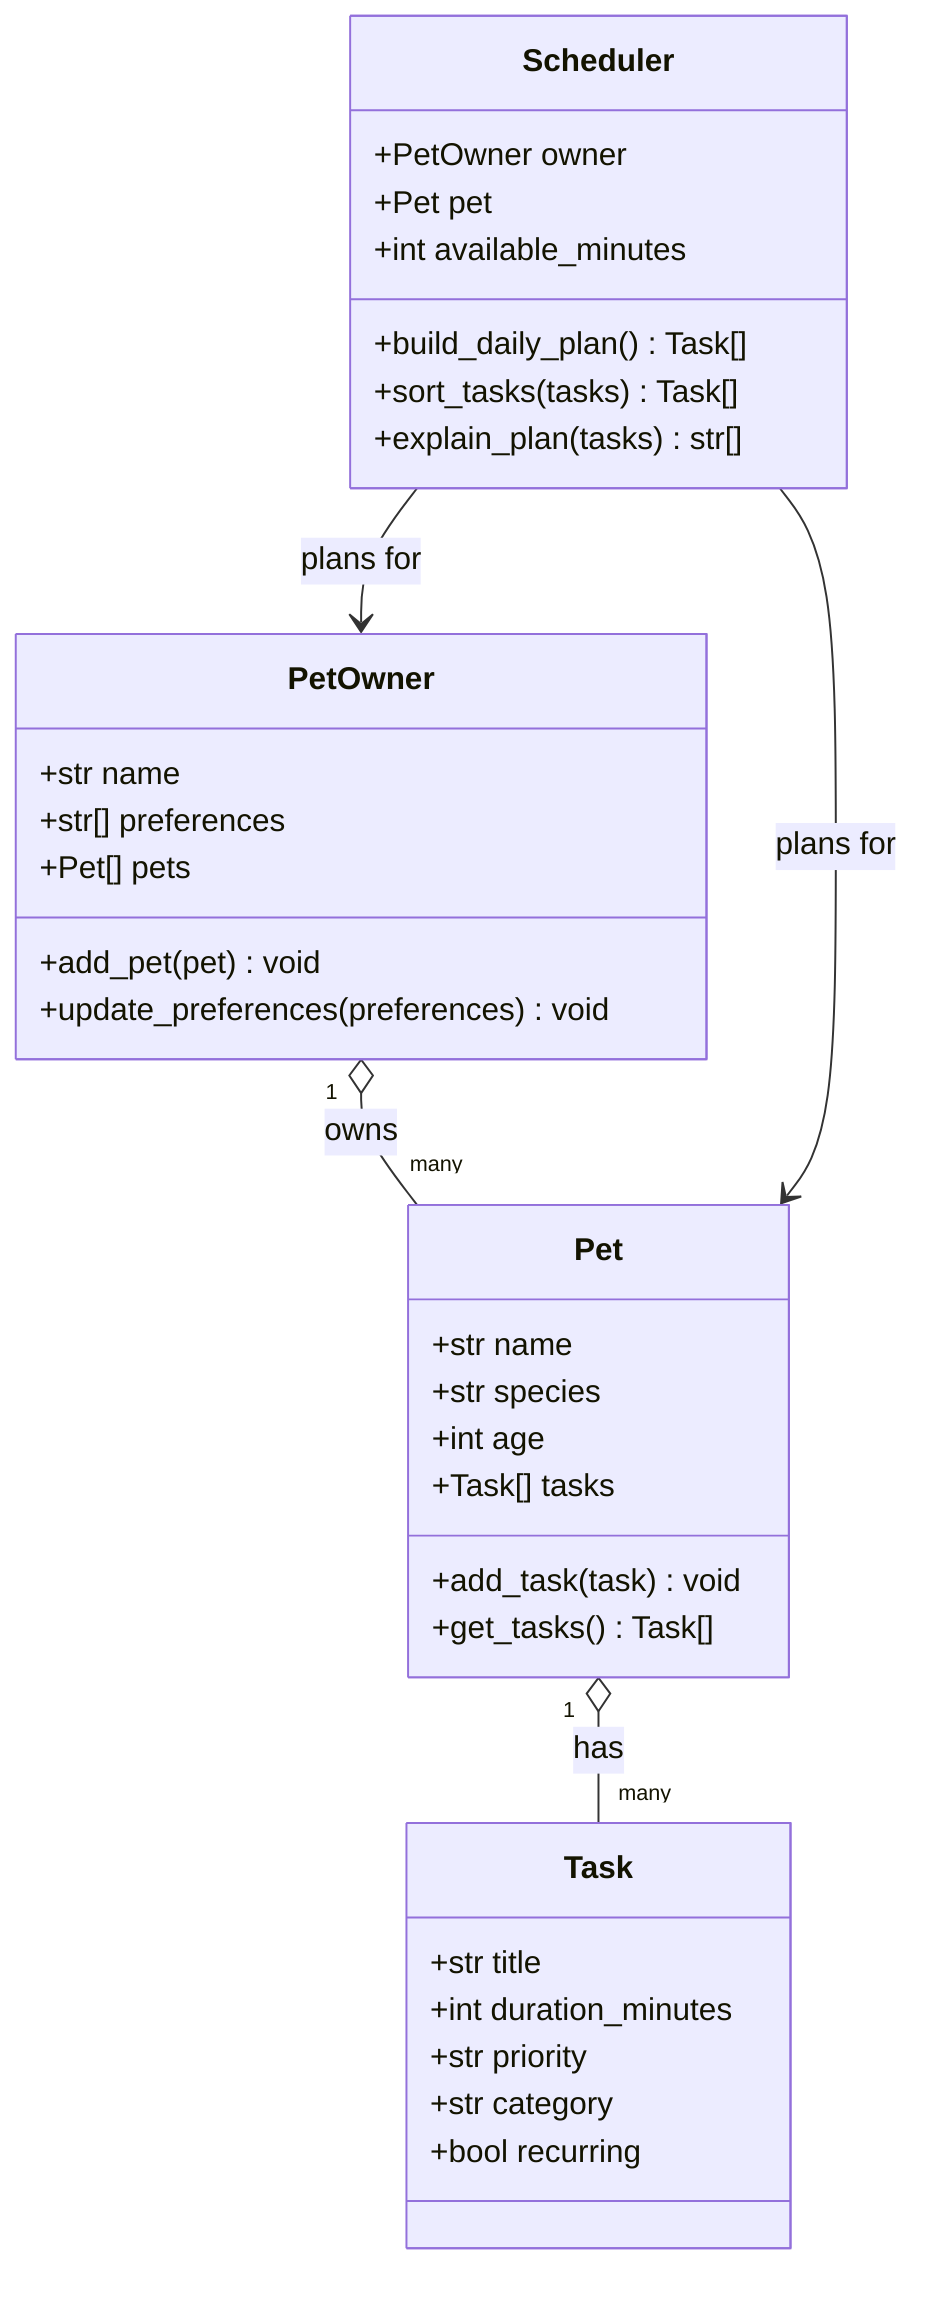
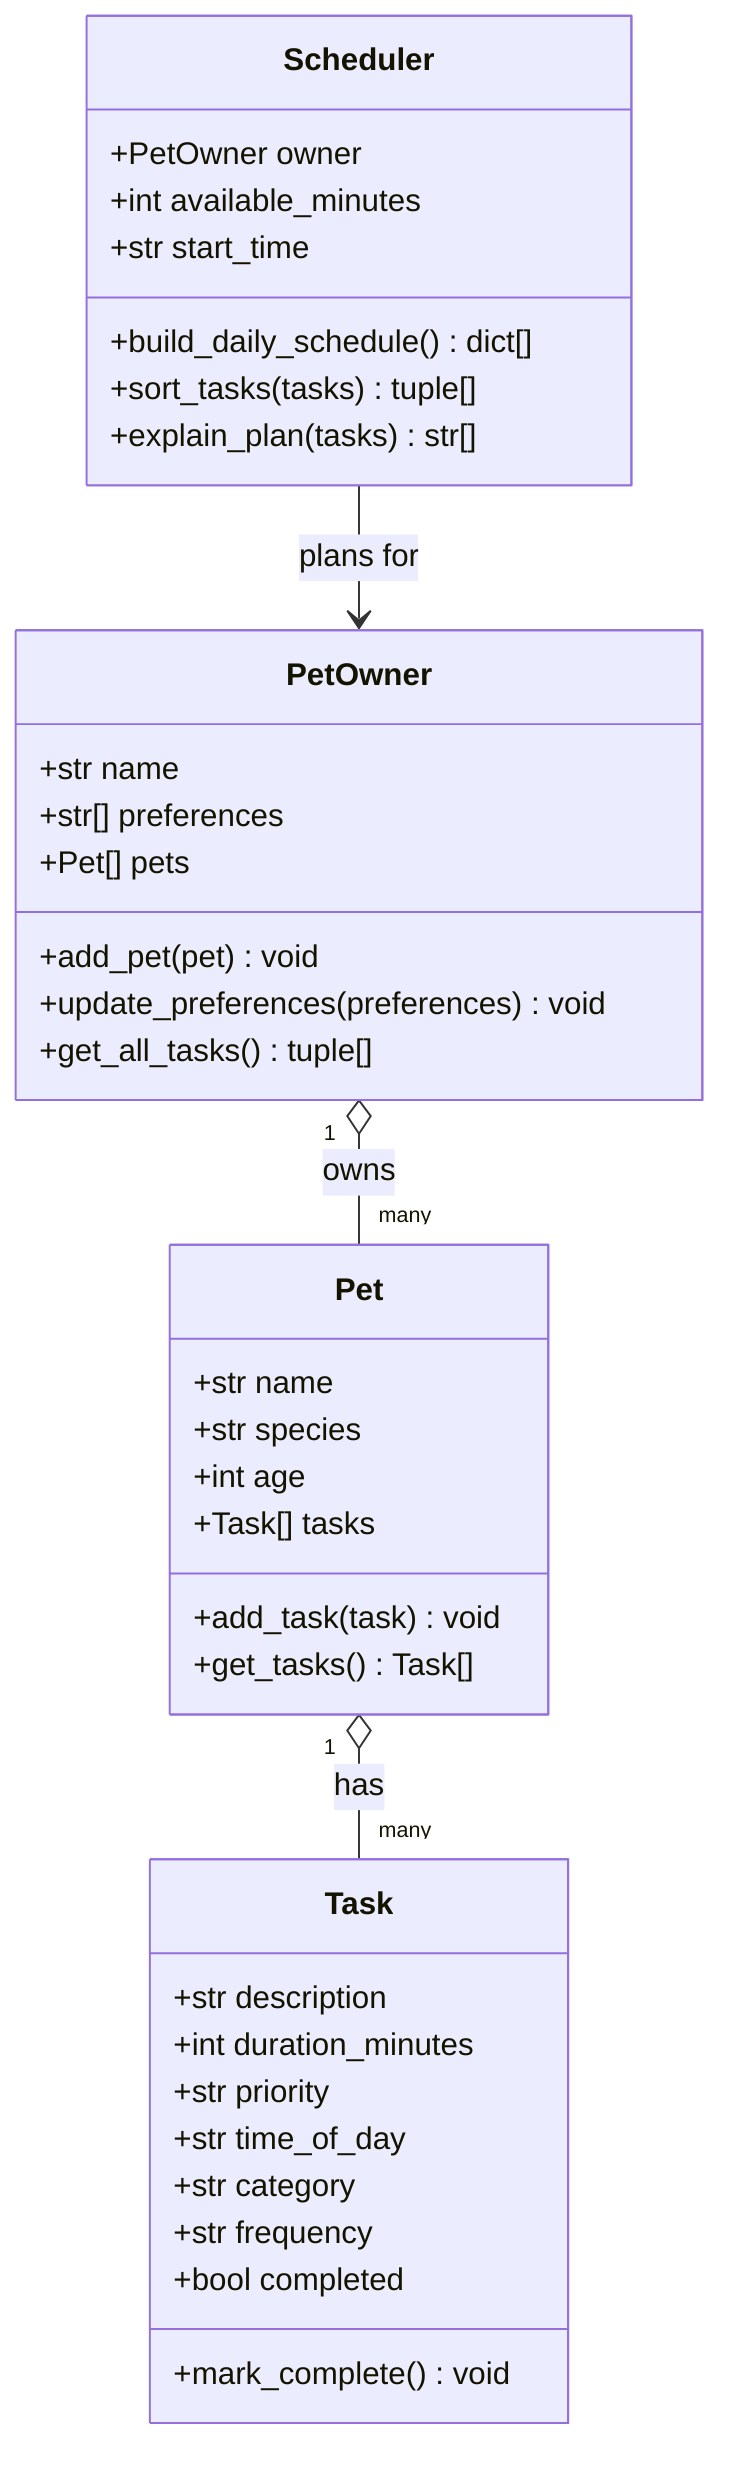
classDiagram
    class PetOwner {
        +str name
        +str[] preferences
        +Pet[] pets
        +add_pet(pet) void
        +update_preferences(preferences) void
+         +get_all_tasks() tuple[]
    }

    class Pet {
        +str name
        +str species
        +int age
        +Task[] tasks
        +add_task(task) void
        +get_tasks() Task[]
    }

    class Task {
-         +str title
+         +str description
        +int duration_minutes
        +str priority
+         +str time_of_day
        +str category
-         +bool recurring
+         +str frequency
+         +bool completed
+         +mark_complete() void
    }

    class Scheduler {
        +PetOwner owner
-         +Pet pet
        +int available_minutes
-         +build_daily_plan() Task[]
-         +sort_tasks(tasks) Task[]
+         +str start_time
+         +build_daily_schedule() dict[]
+         +sort_tasks(tasks) tuple[]
        +explain_plan(tasks) str[]
    }

    PetOwner "1" o-- "many" Pet : owns
    Pet "1" o-- "many" Task : has
-     Scheduler --> Pet : plans for
    Scheduler --> PetOwner : plans for
